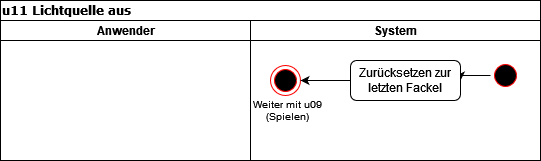
Before: u11.drawio.png, a diagram exported from draw.io (Skill3rboy/OOS). Source tidied: cells renumbered, new cells last; positions are measured from the earlier drawing's top-left corner, leaving out a move shared by most shapes.
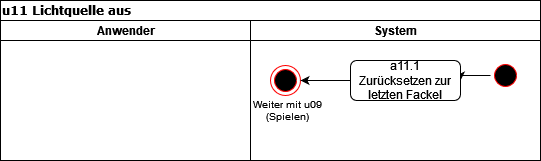
Later version of the same file.

Change to the diagram source:
```diff
@@ -20,7 +20,7 @@
     <mxCell id="7" style="edgeStyle=orthogonalEdgeStyle;rounded=0;jettySize=auto;html=1;exitX=0;exitY=0.5;exitDx=0;exitDy=0;entryX=1;entryY=0.5;entryDx=0;entryDy=0;" parent="4" edge="1" source="8" target="9">
       <mxGeometry relative="1" as="geometry" />
     </mxCell>
-    <mxCell id="8" value="Zurücksetzen zur letzten Fackel" style="rounded=1;whiteSpace=wrap;html=1;" parent="4" vertex="1">
+    <mxCell id="8" value="a11.1&lt;br&gt;Zurücksetzen zur letzten Fackel" style="rounded=1;whiteSpace=wrap;html=1;" parent="4" vertex="1">
       <mxGeometry x="100" y="40" width="110" height="40" as="geometry" />
     </mxCell>
     <mxCell id="9" style="ellipse;html=1;shape=endState;fillColor=#000000;strokeColor=#ff0000;" parent="4" vertex="1">
```
